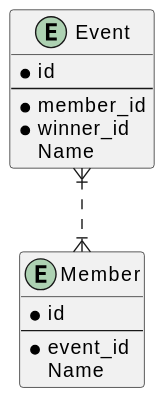
Earlier version of the PlantUML export lab1/event.svg (karseny99/dataBaseCourse).
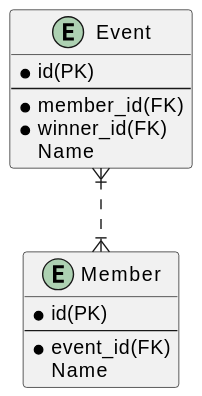
Later version of the same file.

Change to the diagram source:
```diff
@@ -1,16 +1,16 @@
 @startuml
 entity Event {
-  *id
+  *id(PK)
   --
-  *member_id
-  *winner_id
+  *member_id(FK)
+  *winner_id(FK)
   Name
 }
 
 entity Member {
-  *id
+  *id(PK)
   --
-  *event_id
+  *event_id(FK)
   Name
 }
 
```
